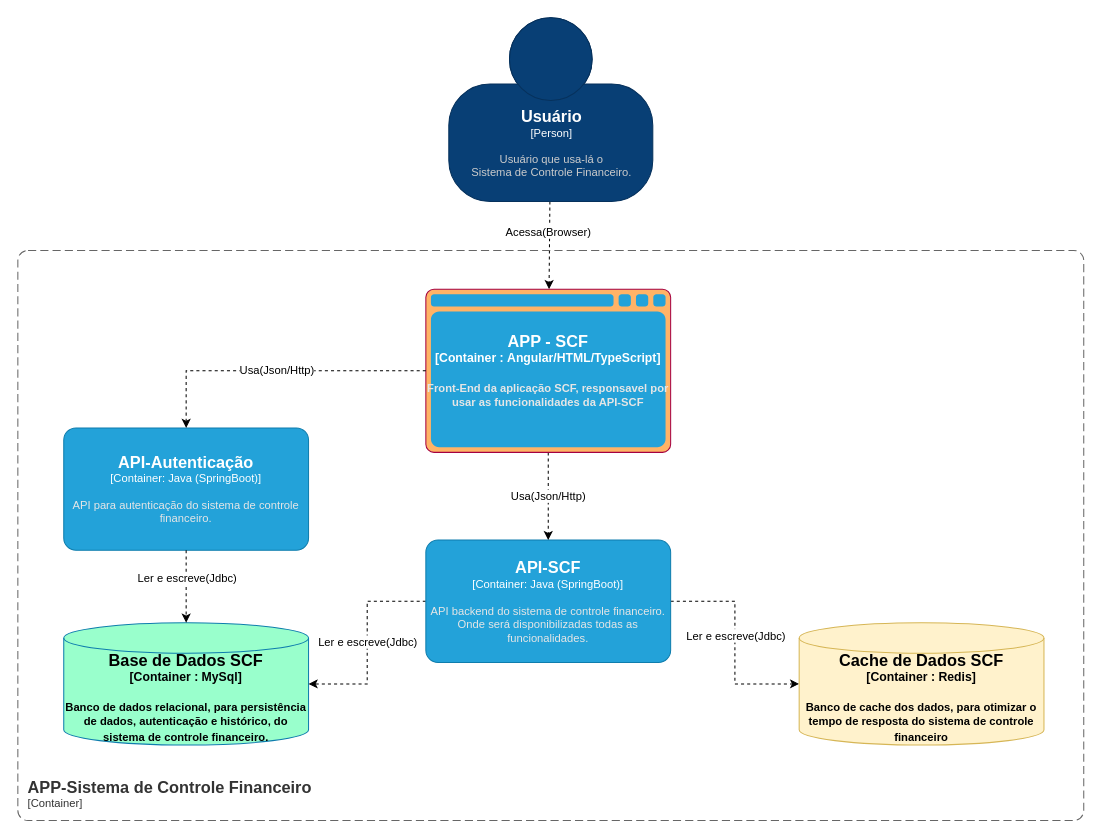
Earlier version of the draw.io diagram page "Diagrama de Conteiner" (2 of 3) of Arquitetura/Diagramas.drawio (henriquerdq/poc-sistemas-controle-financas). Source tidied: cells renumbered, new cells numbered last; positions are measured from the earlier drawing's top-left corner, leaving out a move shared by most shapes. Both pictures are drawn from the tidied source at 102%, with x=0, y=0 at pixel (17, 17).
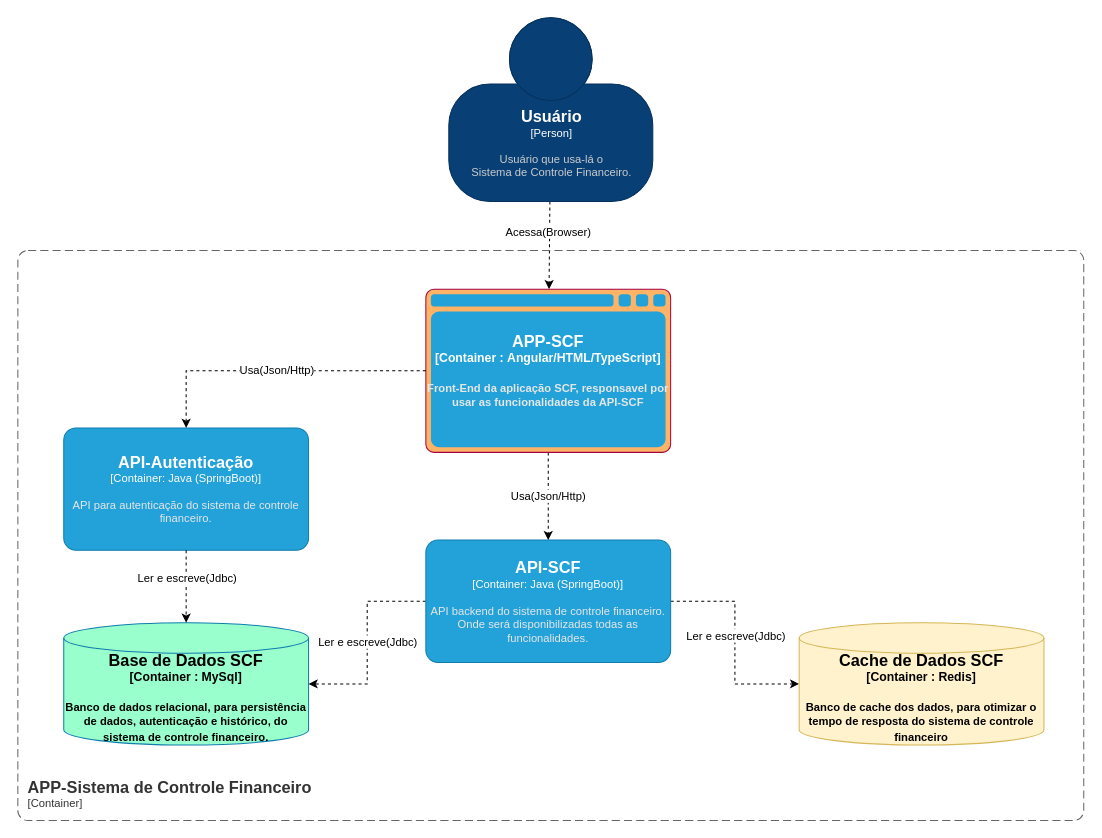
The same diagram, later.

What changed in the source:
```diff
@@
-    <object id="11" label="&lt;font style=&quot;font-size: 16px&quot;&gt;&lt;b&gt;%c4Type%&lt;/font&gt;&lt;div&gt;[%c4Container%:&amp;nbsp;%c4Technology%]&lt;/div&gt;&lt;br&gt;&lt;div&gt;&lt;font style=&quot;font-size: 11px&quot;&gt;&lt;font color=&quot;#E6E6E6&quot;&gt;%c4Description%&lt;/font&gt;&lt;/div&gt;" c4Container="Container " c4Description="Front-End da aplicação SCF, responsavel por usar as funcionalidades da API-SCF" c4Technology="Angular/HTML/TypeScript" c4Type="APP - SCF" placeholders="1">
+    <object id="11" label="&lt;font style=&quot;font-size: 16px&quot;&gt;&lt;b&gt;%c4Type%&lt;/font&gt;&lt;div&gt;[%c4Container%:&amp;nbsp;%c4Technology%]&lt;/div&gt;&lt;br&gt;&lt;div&gt;&lt;font style=&quot;font-size: 11px&quot;&gt;&lt;font color=&quot;#E6E6E6&quot;&gt;%c4Description%&lt;/font&gt;&lt;/div&gt;" c4Container="Container " c4Description="Front-End da aplicação SCF, responsavel por usar as funcionalidades da API-SCF" c4Technology="Angular/HTML/TypeScript" c4Type="APP-SCF" placeholders="1">
       <mxCell style="shape=mxgraph.c4.webBrowserContainer;whiteSpace=wrap;html=1;boundedLbl=1;rounded=0;labelBackgroundColor=none;fillColor=#FFB366;fontSize=12;align=center;strokeColor=#A50040;points=[[0.5,0,0],[1,0.25,0],[1,0.5,0],[1,0.75,0],[0.5,1,0],[0,0.75,0],[0,0.5,0],[0,0.25,0]];fontColor=#ffffff;fillStyle=auto;" parent="1" vertex="1">
         <mxGeometry x="400" y="266" width="240" height="160" as="geometry" />
       </mxCell>
     </object>
```
